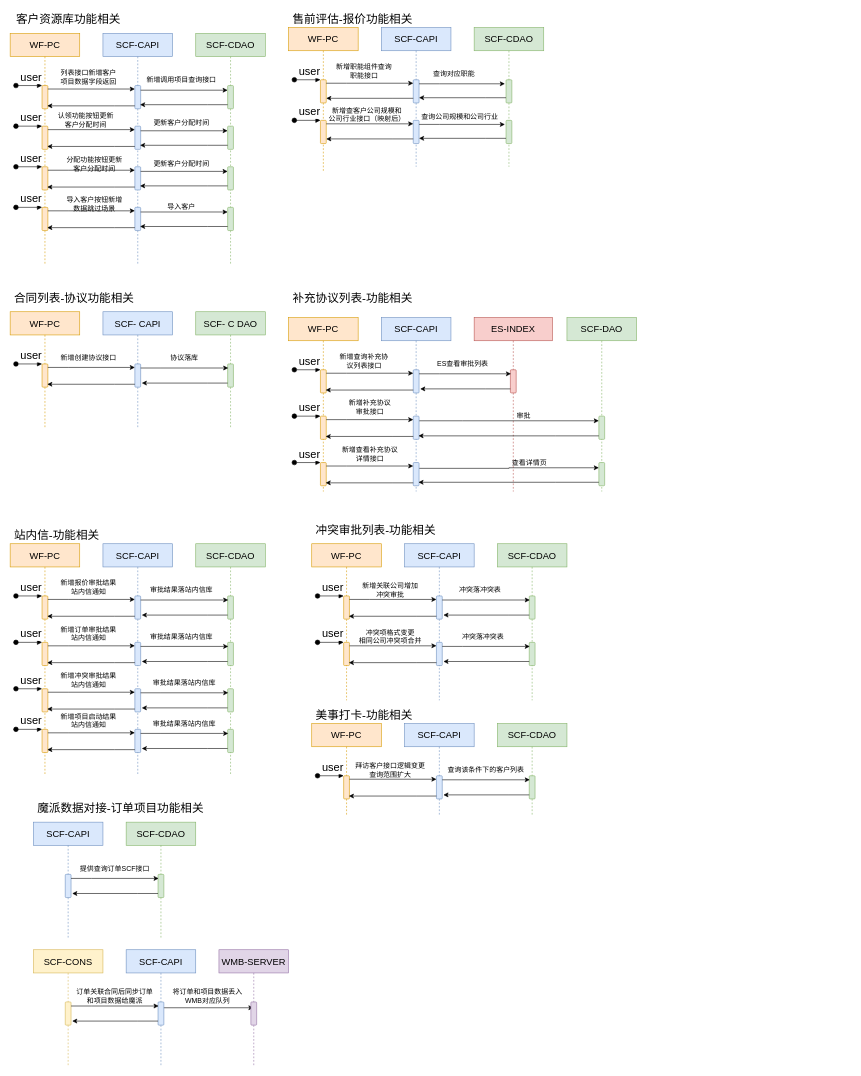
Earlier version of the draw.io diagram 魔销二期流程图.drawio (LuOyEbY/draw-b). Source tidied: cells renumbered, new cells numbered last; positions are measured from the earlier drawing's top-left corner, leaving out a move shared by most shapes. Both pictures are drawn from the tidied source at 58%, with x=0, y=0 at pixel (10, 10).
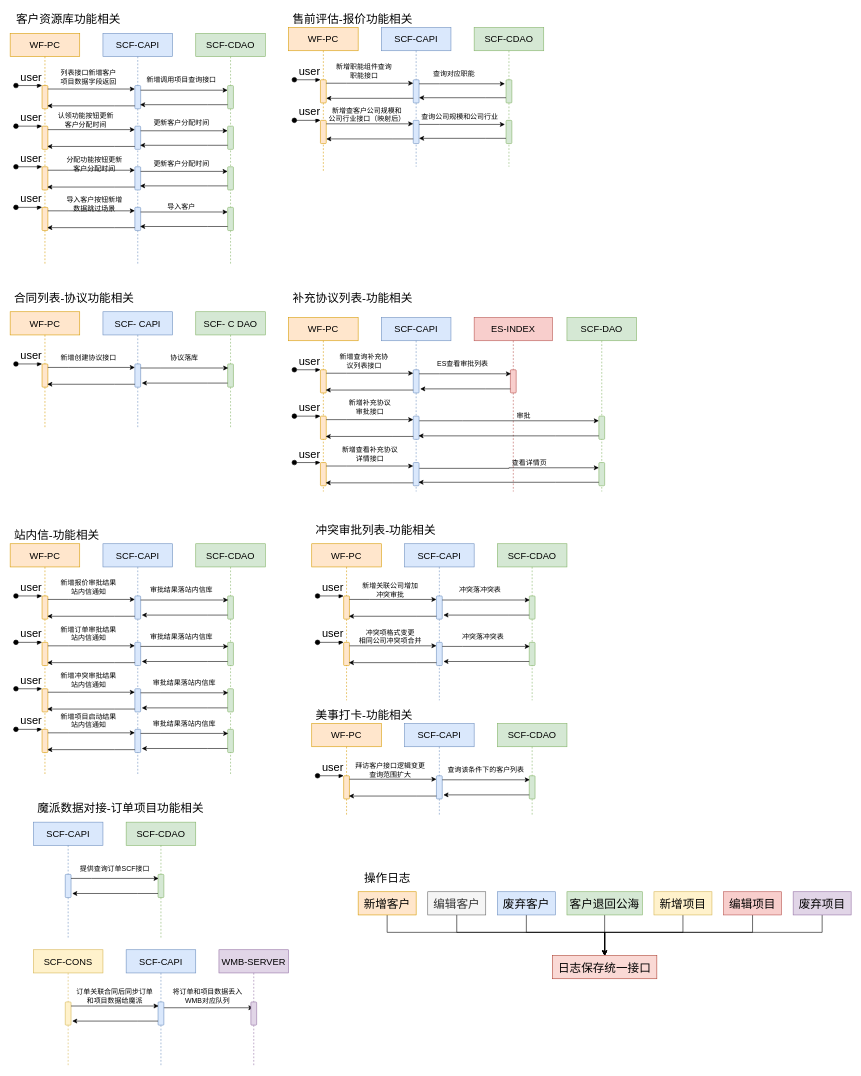
The same diagram, later.

Commit message:
更新魔销二期流程图.drawio

Change to the diagram source:
```diff
@@
+    <mxCell id="220" value="操作日志" style="text;html=1;align=center;verticalAlign=middle;strokeColor=none;fillColor=none;fontSize=20;" parent="1" vertex="1">
+      <mxGeometry x="600" y="1480" width="100" height="30" as="geometry" />
+    </mxCell>
+    <mxCell id="221" value="日志保存统一接口" style="rounded=0;whiteSpace=wrap;html=1;fontSize=20;fillColor=#fad9d5;strokeColor=#ae4132;" parent="1" vertex="1">
+      <mxGeometry x="935" y="1630" width="180" height="40" as="geometry" />
+    </mxCell>
+    <mxCell id="222" style="rounded=0;jettySize=auto;html=1;entryX=0.5;entryY=0;entryDx=0;entryDy=0;fontSize=20;edgeStyle=orthogonalEdgeStyle;" parent="1" edge="1" source="223" target="221">
+      <mxGeometry relative="1" as="geometry">
+        <Array as="points">
+          <mxPoint x="650" y="1590" />
+          <mxPoint x="1025" y="1590" />
+        </Array>
+      </mxGeometry>
+    </mxCell>
+    <mxCell id="223" value="新增客户" style="rounded=0;whiteSpace=wrap;html=1;fontSize=20;fillColor=#ffe6cc;strokeColor=#d79b00;" parent="1" vertex="1">
+      <mxGeometry x="600" y="1520" width="100" height="40" as="geometry" />
+    </mxCell>
+    <mxCell id="224" style="edgeStyle=orthogonalEdgeStyle;rounded=0;jettySize=auto;html=1;entryX=0.5;entryY=0;entryDx=0;entryDy=0;fontSize=20;" parent="1" edge="1" source="225" target="221">
+      <mxGeometry relative="1" as="geometry">
+        <Array as="points">
+          <mxPoint x="770" y="1590" />
+          <mxPoint x="1025" y="1590" />
+        </Array>
+      </mxGeometry>
+    </mxCell>
+    <mxCell id="225" value="编辑客户" style="rounded=0;whiteSpace=wrap;html=1;fontSize=20;fillColor=#f5f5f5;fontColor=#333333;strokeColor=#666666;" parent="1" vertex="1">
+      <mxGeometry x="720" y="1520" width="100" height="40" as="geometry" />
+    </mxCell>
+    <mxCell id="226" style="edgeStyle=orthogonalEdgeStyle;rounded=0;jettySize=auto;html=1;entryX=0.5;entryY=0;entryDx=0;entryDy=0;fontSize=20;" parent="1" edge="1" source="227" target="221">
+      <mxGeometry relative="1" as="geometry">
+        <Array as="points">
+          <mxPoint x="890" y="1590" />
+          <mxPoint x="1025" y="1590" />
+        </Array>
+      </mxGeometry>
+    </mxCell>
+    <mxCell id="227" value="废弃客户" style="rounded=0;whiteSpace=wrap;html=1;fontSize=20;fillColor=#dae8fc;strokeColor=#6c8ebf;" parent="1" vertex="1">
+      <mxGeometry x="840" y="1520" width="100" height="40" as="geometry" />
+    </mxCell>
+    <mxCell id="228" style="edgeStyle=orthogonalEdgeStyle;rounded=0;jettySize=auto;html=1;entryX=0.5;entryY=0;entryDx=0;entryDy=0;fontSize=20;" parent="1" edge="1" source="229" target="221">
+      <mxGeometry relative="1" as="geometry" />
+    </mxCell>
+    <mxCell id="229" value="客户退回公海" style="rounded=0;whiteSpace=wrap;html=1;fontSize=20;fillColor=#d5e8d4;strokeColor=#82b366;" parent="1" vertex="1">
+      <mxGeometry x="960" y="1520" width="130" height="40" as="geometry" />
+    </mxCell>
+    <mxCell id="230" style="edgeStyle=orthogonalEdgeStyle;rounded=0;jettySize=auto;html=1;entryX=0.5;entryY=0;entryDx=0;entryDy=0;fontSize=20;" parent="1" edge="1" source="231" target="221">
+      <mxGeometry relative="1" as="geometry">
+        <Array as="points">
+          <mxPoint x="1160" y="1590" />
+          <mxPoint x="1025" y="1590" />
+        </Array>
+      </mxGeometry>
+    </mxCell>
+    <mxCell id="231" value="新增项目" style="rounded=0;whiteSpace=wrap;html=1;fontSize=20;fillColor=#fff2cc;strokeColor=#d6b656;" parent="1" vertex="1">
+      <mxGeometry x="1110" y="1520" width="100" height="40" as="geometry" />
+    </mxCell>
+    <mxCell id="232" style="edgeStyle=orthogonalEdgeStyle;rounded=0;jettySize=auto;html=1;entryX=0.5;entryY=0;entryDx=0;entryDy=0;fontSize=20;" parent="1" edge="1" source="233" target="221">
+      <mxGeometry relative="1" as="geometry">
+        <Array as="points">
+          <mxPoint x="1280" y="1590" />
+          <mxPoint x="1025" y="1590" />
+        </Array>
+      </mxGeometry>
+    </mxCell>
+    <mxCell id="233" value="编辑项目" style="rounded=0;whiteSpace=wrap;html=1;fontSize=20;fillColor=#f8cecc;strokeColor=#b85450;" parent="1" vertex="1">
+      <mxGeometry x="1230" y="1520" width="100" height="40" as="geometry" />
+    </mxCell>
+    <mxCell id="234" style="edgeStyle=orthogonalEdgeStyle;rounded=0;jettySize=auto;html=1;entryX=0.5;entryY=0;entryDx=0;entryDy=0;fontSize=20;" parent="1" edge="1" source="235" target="221">
+      <mxGeometry relative="1" as="geometry">
+        <Array as="points">
+          <mxPoint x="1400" y="1590" />
+          <mxPoint x="1025" y="1590" />
+        </Array>
+      </mxGeometry>
+    </mxCell>
+    <mxCell id="235" value="废弃项目" style="rounded=0;whiteSpace=wrap;html=1;fontSize=20;fillColor=#e1d5e7;strokeColor=#9673a6;" parent="1" vertex="1">
+      <mxGeometry x="1350" y="1520" width="100" height="40" as="geometry" />
+    </mxCell>
```
